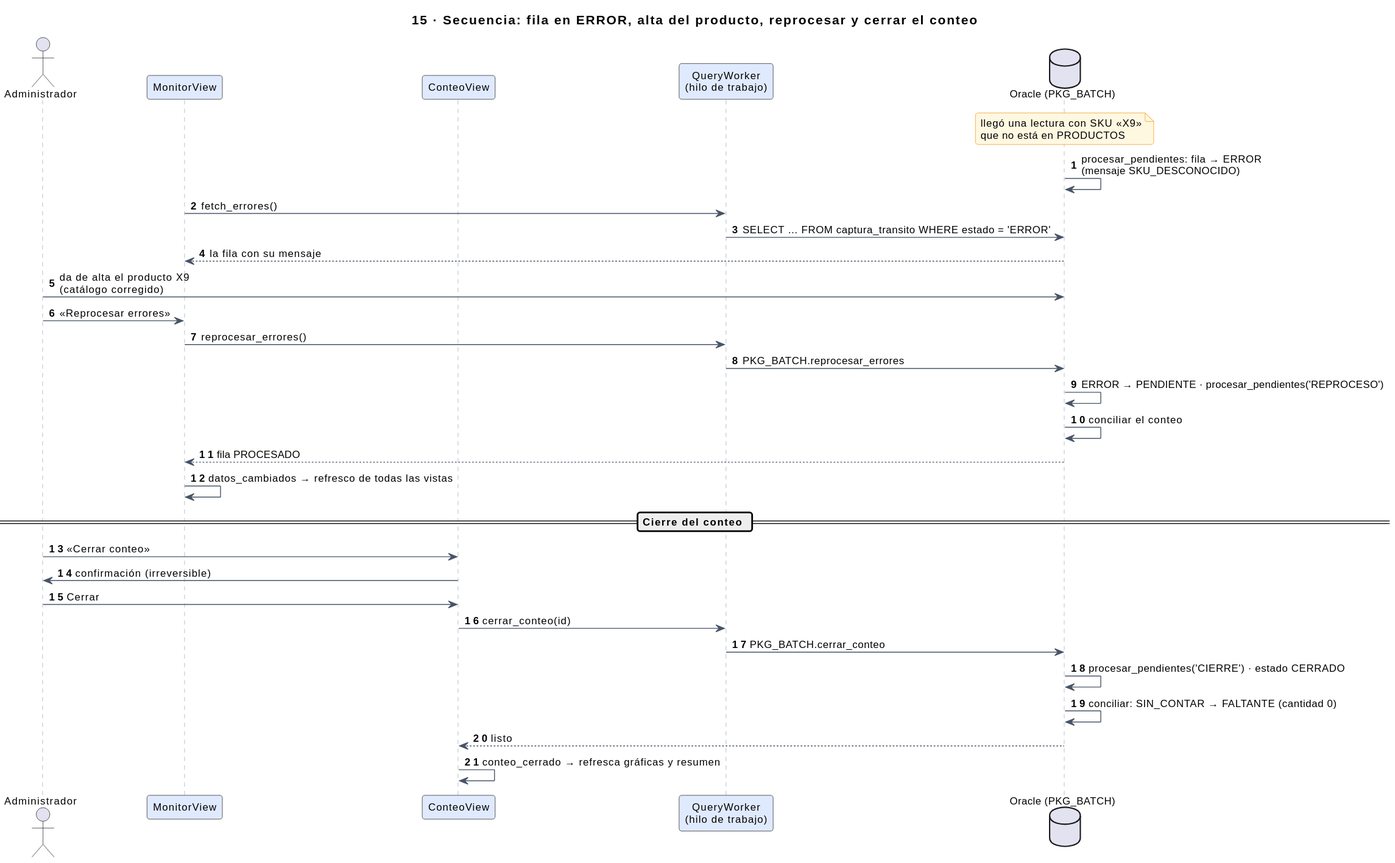
Before: docs/img/uml/15-secuencia-errores-y-cierre.svg, a diagram exported from PlantUML (sebas-archive/kardex-bt). The source it was exported from:
```plantuml
@startuml
!include estilo.iuml
title 15 · Secuencia: fila en ERROR, alta del producto, reprocesar y cerrar el conteo
autonumber
actor Administrador as adm
participant "MonitorView" as mon
participant "ConteoView" as cv
participant "QueryWorker\n(hilo de trabajo)" as w
database "Oracle (PKG_BATCH)" as ora

note over ora : llegó una lectura con SKU «X9»\nque no está en PRODUCTOS
ora -> ora : procesar_pendientes: fila → ERROR\n(mensaje SKU_DESCONOCIDO)
mon -> w : fetch_errores()
w -> ora : SELECT … FROM captura_transito WHERE estado = 'ERROR'
ora --> mon : la fila con su mensaje
adm -> ora : da de alta el producto X9\n(catálogo corregido)
adm -> mon : «Reprocesar errores»
mon -> w : reprocesar_errores()
w -> ora : PKG_BATCH.reprocesar_errores
ora -> ora : ERROR → PENDIENTE · procesar_pendientes('REPROCESO')
ora -> ora : conciliar el conteo
ora --> mon : fila PROCESADO
mon -> mon : datos_cambiados → refresco de todas las vistas
== Cierre del conteo ==
adm -> cv : «Cerrar conteo»
cv -> adm : confirmación (irreversible)
adm -> cv : Cerrar
cv -> w : cerrar_conteo(id)
w -> ora : PKG_BATCH.cerrar_conteo
ora -> ora : procesar_pendientes('CIERRE') · estado CERRADO
ora -> ora : conciliar: SIN_CONTAR → FALTANTE (cantidad 0)
ora --> cv : listo
cv -> cv : conteo_cerrado → refresca gráficas y resumen
@enduml
```
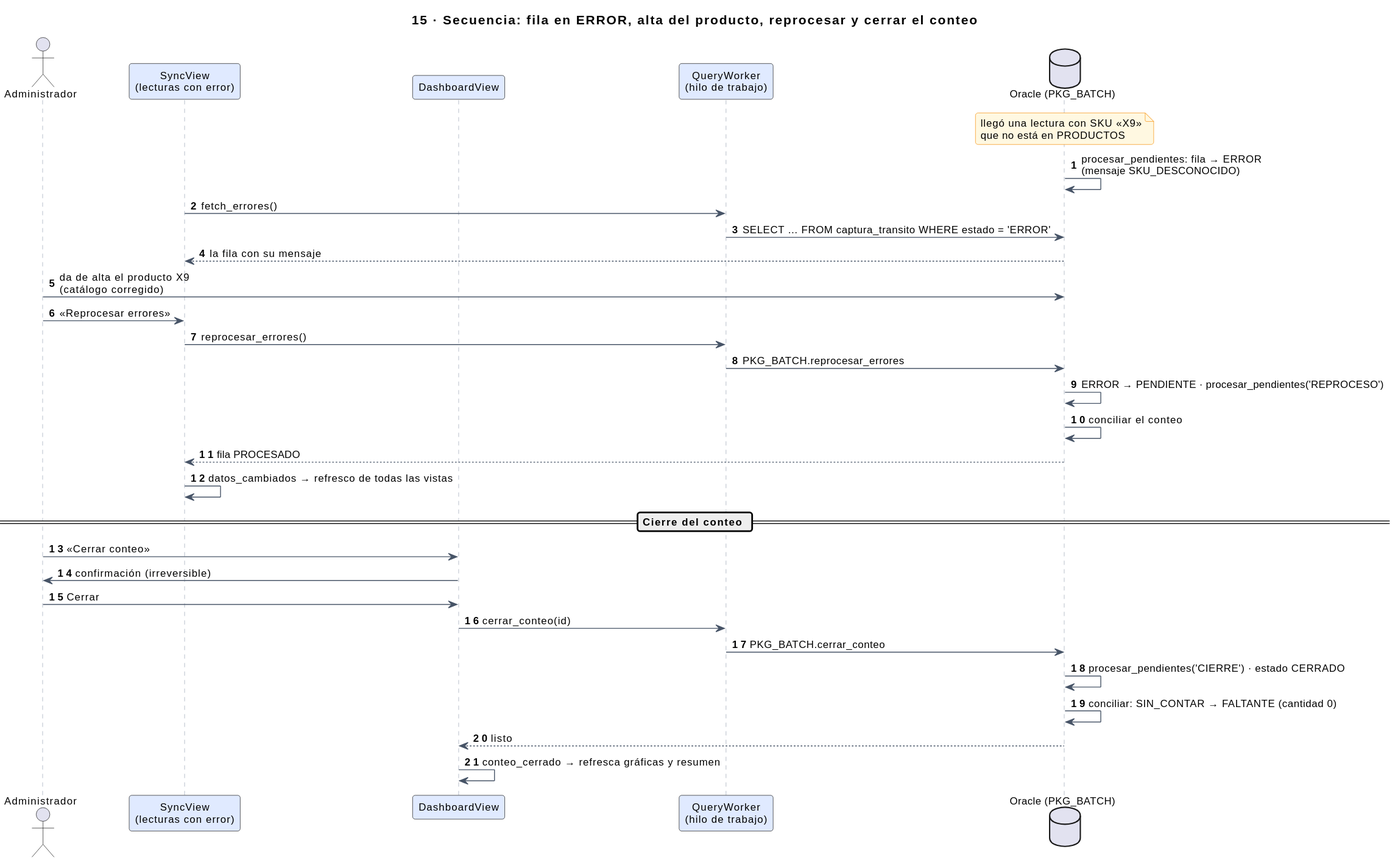
The same file after the commit.

Change to the diagram source:
```diff
@@ -3,8 +3,8 @@
 title 15 · Secuencia: fila en ERROR, alta del producto, reprocesar y cerrar el conteo
 autonumber
 actor Administrador as adm
-participant "MonitorView" as mon
-participant "ConteoView" as cv
+participant "SyncView\n(lecturas con error)" as mon
+participant "DashboardView" as cv
 participant "QueryWorker\n(hilo de trabajo)" as w
 database "Oracle (PKG_BATCH)" as ora
 
```
